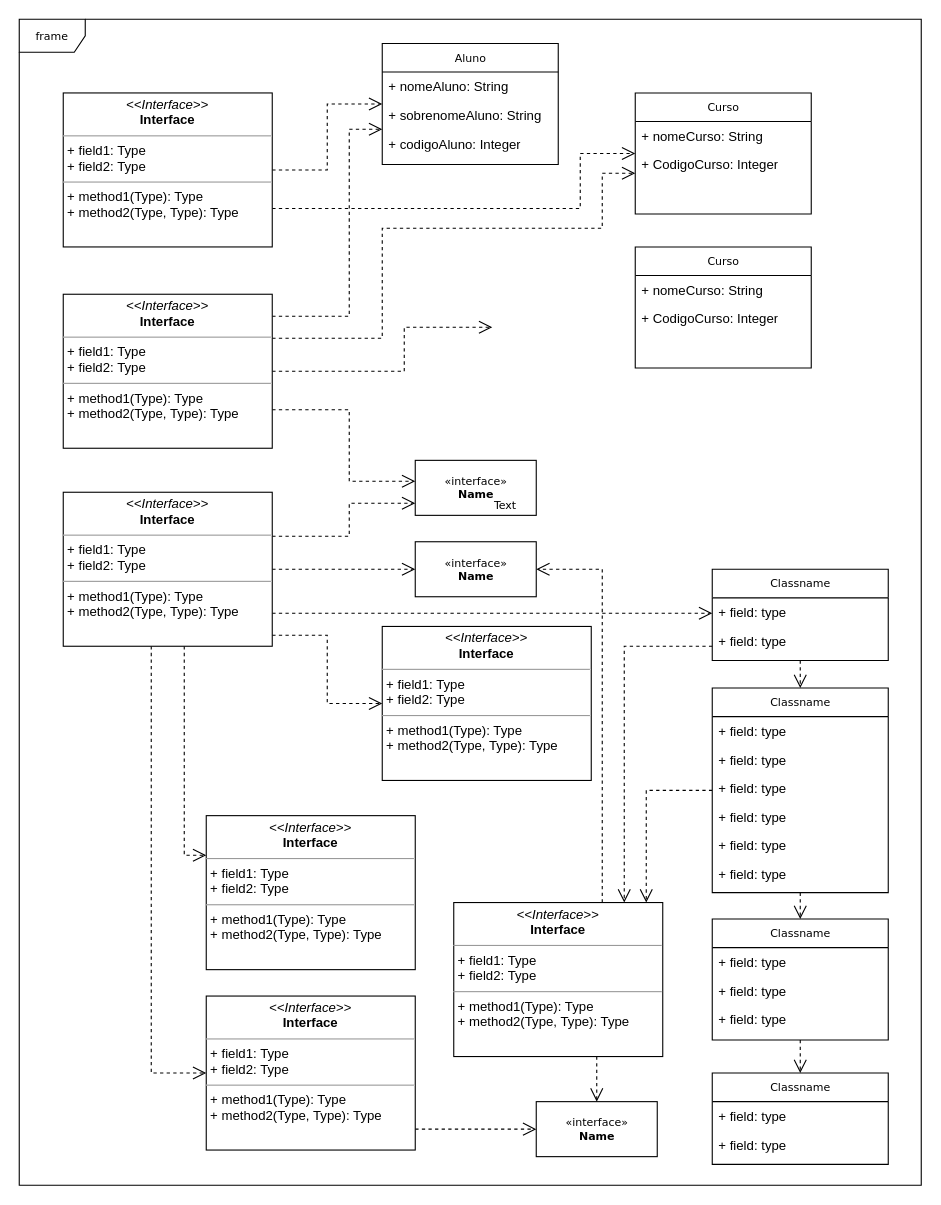
Above: Untitled Diagram.drawio in danilopersilva/aulaKotlin (draw.io), before the change. Source tidied: cells renumbered, new cells numbered last; positions are measured from the earlier drawing's top-left corner, leaving out a move shared by most shapes. Both pictures are drawn from the tidied source at 110%, with x=0, y=0 at pixel (19, 19).
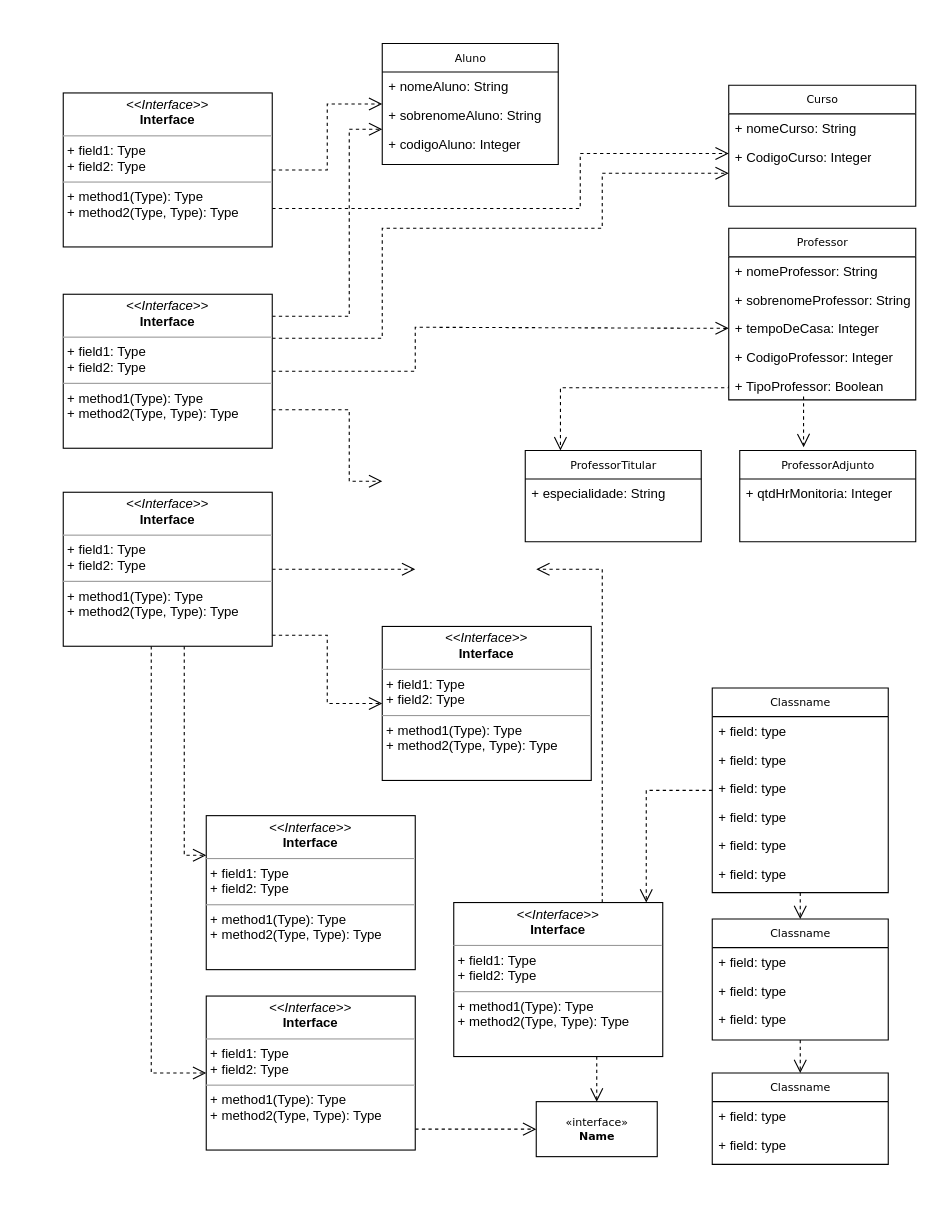
After the change.

Unchanged cells that the change refers to:
```xml
<mxCell id="5" value="Classname" style="swimlane;html=1;fontStyle=0;horizontal=1;startSize=26;fillColor=none;swimlaneFillColor=#ffffff;rounded=0;shadow=0;comic=0;labelBackgroundColor=none;strokeWidth=1;fontFamily=Verdana;fontSize=10;align=center;" parent="1" vertex="1">
  <mxGeometry x="630" y="608" width="160" height="186" as="geometry" />
</mxCell>
<mxCell id="34" value="&lt;p style=&quot;margin:0px;margin-top:4px;text-align:center;&quot;&gt;&lt;i&gt;&amp;lt;&amp;lt;Interface&amp;gt;&amp;gt;&lt;/i&gt;&lt;br/&gt;&lt;b&gt;Interface&lt;/b&gt;&lt;/p&gt;&lt;hr size=&quot;1&quot;/&gt;&lt;p style=&quot;margin:0px;margin-left:4px;&quot;&gt;+ field1: Type&lt;br/&gt;+ field2: Type&lt;/p&gt;&lt;hr size=&quot;1&quot;/&gt;&lt;p style=&quot;margin:0px;margin-left:4px;&quot;&gt;+ method1(Type): Type&lt;br/&gt;+ method2(Type, Type): Type&lt;/p&gt;" style="verticalAlign=top;align=left;overflow=fill;fontSize=12;fontFamily=Helvetica;html=1;rounded=0;shadow=0;comic=0;labelBackgroundColor=none;strokeWidth=1;" parent="1" vertex="1">
  <mxGeometry x="395" y="803" width="190" height="140" as="geometry" />
</mxCell>
<mxCell id="49" value="&lt;p style=&quot;margin:0px;margin-top:4px;text-align:center;&quot;&gt;&lt;i&gt;&amp;lt;&amp;lt;Interface&amp;gt;&amp;gt;&lt;/i&gt;&lt;br/&gt;&lt;b&gt;Interface&lt;/b&gt;&lt;/p&gt;&lt;hr size=&quot;1&quot;/&gt;&lt;p style=&quot;margin:0px;margin-left:4px;&quot;&gt;+ field1: Type&lt;br/&gt;+ field2: Type&lt;/p&gt;&lt;hr size=&quot;1&quot;/&gt;&lt;p style=&quot;margin:0px;margin-left:4px;&quot;&gt;+ method1(Type): Type&lt;br/&gt;+ method2(Type, Type): Type&lt;/p&gt;" style="verticalAlign=top;align=left;overflow=fill;fontSize=12;fontFamily=Helvetica;html=1;rounded=0;shadow=0;comic=0;labelBackgroundColor=none;strokeWidth=1;" parent="1" vertex="1">
  <mxGeometry x="40" y="250" width="190" height="140" as="geometry" />
</mxCell>
<mxCell id="56" value="&lt;p style=&quot;margin:0px;margin-top:4px;text-align:center;&quot;&gt;&lt;i&gt;&amp;lt;&amp;lt;Interface&amp;gt;&amp;gt;&lt;/i&gt;&lt;br/&gt;&lt;b&gt;Interface&lt;/b&gt;&lt;/p&gt;&lt;hr size=&quot;1&quot;/&gt;&lt;p style=&quot;margin:0px;margin-left:4px;&quot;&gt;+ field1: Type&lt;br/&gt;+ field2: Type&lt;/p&gt;&lt;hr size=&quot;1&quot;/&gt;&lt;p style=&quot;margin:0px;margin-left:4px;&quot;&gt;+ method1(Type): Type&lt;br/&gt;+ method2(Type, Type): Type&lt;/p&gt;" style="verticalAlign=top;align=left;overflow=fill;fontSize=12;fontFamily=Helvetica;html=1;rounded=0;shadow=0;comic=0;labelBackgroundColor=none;strokeWidth=1;" parent="1" vertex="1">
  <mxGeometry x="40" y="430" width="190" height="140" as="geometry" />
</mxCell>
```

The edit, as a diff of the source:
```diff
@@
-    <mxCell id="2" value="frame" style="shape=umlFrame;whiteSpace=wrap;html=1;rounded=0;shadow=0;comic=0;labelBackgroundColor=none;strokeWidth=1;fontFamily=Verdana;fontSize=10;align=center;" parent="1" vertex="1">
-      <mxGeometry width="820" height="1060" as="geometry" />
-    </mxCell>
@@
     <mxCell id="16" value="Curso" style="swimlane;html=1;fontStyle=0;horizontal=1;startSize=26;fillColor=none;swimlaneFillColor=#ffffff;rounded=0;shadow=0;comic=0;labelBackgroundColor=none;strokeWidth=1;fontFamily=Verdana;fontSize=10;align=center;" parent="1" vertex="1">
-      <mxGeometry x="560" y="67" width="160" height="110" as="geometry" />
+      <mxGeometry x="645" y="60" width="170" height="110" as="geometry" />
     </mxCell>
     <mxCell id="17" value="+ nomeCurso: String" style="text;html=1;strokeColor=none;fillColor=none;align=left;verticalAlign=top;spacingLeft=4;spacingRight=4;whiteSpace=wrap;overflow=hidden;" parent="16" vertex="1">
-      <mxGeometry y="26" width="160" height="26" as="geometry" />
+      <mxGeometry y="26" width="170" height="26" as="geometry" />
     </mxCell>
     <mxCell id="18" value="+ CodigoCurso: Integer" style="text;html=1;strokeColor=none;fillColor=none;align=left;verticalAlign=top;spacingLeft=4;spacingRight=4;whiteSpace=wrap;overflow=hidden;" parent="16" vertex="1">
-      <mxGeometry y="52" width="160" height="26" as="geometry" />
+      <mxGeometry y="52" width="170" height="26" as="geometry" />
     </mxCell>
@@
-    <mxCell id="27" style="edgeStyle=orthogonalEdgeStyle;rounded=0;html=1;dashed=1;labelBackgroundColor=none;startFill=0;endArrow=open;endFill=0;endSize=10;fontFamily=Verdana;fontSize=10;" parent="1" edge="1" source="28" target="5">
-      <mxGeometry relative="1" as="geometry" />
-    </mxCell>
-    <mxCell id="28" value="Classname" style="swimlane;html=1;fontStyle=0;horizontal=1;startSize=26;fillColor=none;swimlaneFillColor=#ffffff;rounded=0;shadow=0;comic=0;labelBackgroundColor=none;strokeWidth=1;fontFamily=Verdana;fontSize=10;align=center;" parent="1" vertex="1">
-      <mxGeometry x="630" y="500" width="160" height="83" as="geometry" />
+    <mxCell id="28" value="ProfessorAdjunto" style="swimlane;html=1;fontStyle=0;horizontal=1;startSize=26;fillColor=none;swimlaneFillColor=#ffffff;rounded=0;shadow=0;comic=0;labelBackgroundColor=none;strokeWidth=1;fontFamily=Verdana;fontSize=10;align=center;" parent="1" vertex="1">
+      <mxGeometry x="655" y="392" width="160" height="83" as="geometry" />
     </mxCell>
-    <mxCell id="29" value="+ field: type" style="text;html=1;strokeColor=none;fillColor=none;align=left;verticalAlign=top;spacingLeft=4;spacingRight=4;whiteSpace=wrap;overflow=hidden;" parent="28" vertex="1">
-      <mxGeometry y="26" width="160" height="26" as="geometry" />
-    </mxCell>
-    <mxCell id="30" value="+ field: type" style="text;html=1;strokeColor=none;fillColor=none;align=left;verticalAlign=top;spacingLeft=4;spacingRight=4;whiteSpace=wrap;overflow=hidden;" parent="28" vertex="1">
-      <mxGeometry y="52" width="160" height="26" as="geometry" />
+    <mxCell id="30" value="+ qtdHrMonitoria: Integer" style="text;html=1;strokeColor=none;fillColor=none;align=left;verticalAlign=top;spacingLeft=4;spacingRight=4;whiteSpace=wrap;overflow=hidden;" parent="28" vertex="1">
+      <mxGeometry y="26" width="160" height="26" as="geometry" />
     </mxCell>
@@
-    <mxCell id="33" style="edgeStyle=orthogonalEdgeStyle;rounded=0;html=1;dashed=1;labelBackgroundColor=none;startFill=0;endArrow=open;endFill=0;endSize=10;fontFamily=Verdana;fontSize=10;" parent="1" edge="1" source="34" target="39">
+    <mxCell id="33" style="edgeStyle=orthogonalEdgeStyle;rounded=0;html=1;dashed=1;labelBackgroundColor=none;startFill=0;endArrow=open;endFill=0;endSize=10;fontFamily=Verdana;fontSize=10;" parent="1" edge="1" source="34">
       <mxGeometry relative="1" as="geometry">
+        <mxPoint x="470" y="500" as="targetPoint" />
         <Array as="points">
           <mxPoint x="530" y="500" />
         </Array>
       </mxGeometry>
     </mxCell>
@@
-    <mxCell id="39" value="&amp;laquo;interface&amp;raquo;&lt;br&gt;&lt;b&gt;Name&lt;/b&gt;" style="html=1;rounded=0;shadow=0;comic=0;labelBackgroundColor=none;strokeWidth=1;fontFamily=Verdana;fontSize=10;align=center;" parent="1" vertex="1">
-      <mxGeometry x="360" y="475" width="110" height="50" as="geometry" />
-    </mxCell>
-    <mxCell id="40" value="&amp;laquo;interface&amp;raquo;&lt;br&gt;&lt;b&gt;Name&lt;/b&gt;" style="html=1;rounded=0;shadow=0;comic=0;labelBackgroundColor=none;strokeWidth=1;fontFamily=Verdana;fontSize=10;align=center;" parent="1" vertex="1">
-      <mxGeometry x="360" y="401" width="110" height="50" as="geometry" />
-    </mxCell>
-    <mxCell id="41" value="Text" style="text;html=1;align=left;verticalAlign=top;spacingTop=-4;fontSize=10;fontFamily=Verdana;fontColor=#000000;" parent="1" vertex="1">
-      <mxGeometry x="430" y="434" width="40" height="10" as="geometry" />
-    </mxCell>
@@
-    <mxCell id="47" style="edgeStyle=orthogonalEdgeStyle;rounded=0;html=1;dashed=1;labelBackgroundColor=none;startFill=0;endArrow=open;endFill=0;endSize=10;fontFamily=Verdana;fontSize=10;" parent="1" edge="1" source="49">
+    <mxCell id="47" style="edgeStyle=orthogonalEdgeStyle;rounded=0;html=1;dashed=1;labelBackgroundColor=none;startFill=0;endArrow=open;endFill=0;endSize=10;fontFamily=Verdana;fontSize=10;exitX=1;exitY=0.5;exitDx=0;exitDy=0;exitPerimeter=0;entryX=0;entryY=0.5;entryDx=0;entryDy=0;" parent="1" edge="1" source="49" target="62">
       <mxGeometry relative="1" as="geometry">
-        <mxPoint x="430" y="280" as="targetPoint" />
         <Array as="points">
-          <mxPoint x="350" y="320" />
-          <mxPoint x="350" y="280" />
+          <mxPoint x="360" y="320" />
+          <mxPoint x="360" y="280" />
         </Array>
       </mxGeometry>
     </mxCell>
-    <mxCell id="48" style="edgeStyle=orthogonalEdgeStyle;rounded=0;html=1;exitX=1;exitY=0.75;dashed=1;labelBackgroundColor=none;startFill=0;endArrow=open;endFill=0;endSize=10;fontFamily=Verdana;fontSize=10;" parent="1" edge="1" source="49" target="40">
+    <mxCell id="48" style="edgeStyle=orthogonalEdgeStyle;rounded=0;html=1;exitX=1;exitY=0.75;dashed=1;labelBackgroundColor=none;startFill=0;endArrow=open;endFill=0;endSize=10;fontFamily=Verdana;fontSize=10;" parent="1" edge="1" source="49">
       <mxGeometry relative="1" as="geometry">
+        <mxPoint x="330" y="420" as="targetPoint" />
         <Array as="points">
           <mxPoint x="300" y="355" />
           <mxPoint x="300" y="420" />
         </Array>
       </mxGeometry>
     </mxCell>
@@
-    <mxCell id="50" style="edgeStyle=orthogonalEdgeStyle;rounded=0;html=1;dashed=1;labelBackgroundColor=none;startFill=0;endArrow=open;endFill=0;endSize=10;fontFamily=Verdana;fontSize=10;" parent="1" edge="1" source="56" target="40">
+    <mxCell id="50" style="edgeStyle=orthogonalEdgeStyle;rounded=0;html=1;dashed=1;labelBackgroundColor=none;startFill=0;endArrow=open;endFill=0;endSize=10;fontFamily=Verdana;fontSize=10;entryX=0.2;entryY=0;entryDx=0;entryDy=0;entryPerimeter=0;exitX=0;exitY=0.5;exitDx=0;exitDy=0;" parent="1" edge="1" source="63" target="64">
       <mxGeometry relative="1" as="geometry">
         <Array as="points">
-          <mxPoint x="300" y="470" />
-          <mxPoint x="300" y="440" />
+          <mxPoint x="645" y="335" />
+          <mxPoint x="492" y="335" />
         </Array>
       </mxGeometry>
     </mxCell>
-    <mxCell id="51" style="edgeStyle=orthogonalEdgeStyle;rounded=0;html=1;dashed=1;labelBackgroundColor=none;startFill=0;endArrow=open;endFill=0;endSize=10;fontFamily=Verdana;fontSize=10;" parent="1" edge="1" source="56" target="39">
-      <mxGeometry relative="1" as="geometry" />
+    <mxCell id="51" style="edgeStyle=orthogonalEdgeStyle;rounded=0;html=1;dashed=1;labelBackgroundColor=none;startFill=0;endArrow=open;endFill=0;endSize=10;fontFamily=Verdana;fontSize=10;" parent="1" edge="1" source="56">
+      <mxGeometry relative="1" as="geometry">
+        <mxPoint x="360" y="500" as="targetPoint" />
+      </mxGeometry>
     </mxCell>
@@
-    <mxCell id="53" style="edgeStyle=orthogonalEdgeStyle;rounded=0;html=1;dashed=1;labelBackgroundColor=none;startFill=0;endArrow=open;endFill=0;endSize=10;fontFamily=Verdana;fontSize=10;" parent="1" edge="1" source="56" target="28">
-      <mxGeometry relative="1" as="geometry">
-        <Array as="points">
-          <mxPoint x="330" y="540" />
-          <mxPoint x="330" y="540" />
-        </Array>
-      </mxGeometry>
-    </mxCell>
@@
-    <mxCell id="57" style="edgeStyle=orthogonalEdgeStyle;rounded=0;html=1;dashed=1;labelBackgroundColor=none;startFill=0;endArrow=open;endFill=0;endSize=10;fontFamily=Verdana;fontSize=10;" parent="1" edge="1" source="28" target="34">
-      <mxGeometry relative="1" as="geometry">
-        <Array as="points">
-          <mxPoint x="550" y="570" />
-        </Array>
-      </mxGeometry>
-    </mxCell>
-    <mxCell id="58" value="Curso" style="swimlane;html=1;fontStyle=0;horizontal=1;startSize=26;fillColor=none;swimlaneFillColor=#ffffff;rounded=0;shadow=0;comic=0;labelBackgroundColor=none;strokeWidth=1;fontFamily=Verdana;fontSize=10;align=center;" parent="1" vertex="1">
-      <mxGeometry x="560" y="207" width="160" height="110" as="geometry" />
+    <mxCell id="58" value="Professor" style="swimlane;html=1;fontStyle=0;horizontal=1;startSize=26;fillColor=none;swimlaneFillColor=#ffffff;rounded=0;shadow=0;comic=0;labelBackgroundColor=none;strokeWidth=1;fontFamily=Verdana;fontSize=10;align=center;" parent="1" vertex="1">
+      <mxGeometry x="645" y="190" width="170" height="156" as="geometry" />
     </mxCell>
-    <mxCell id="59" value="+ nomeCurso: String" style="text;html=1;strokeColor=none;fillColor=none;align=left;verticalAlign=top;spacingLeft=4;spacingRight=4;whiteSpace=wrap;overflow=hidden;" parent="58" vertex="1">
-      <mxGeometry y="26" width="160" height="26" as="geometry" />
+    <mxCell id="59" value="+ nomeProfessor: String" style="text;html=1;strokeColor=none;fillColor=none;align=left;verticalAlign=top;spacingLeft=4;spacingRight=4;whiteSpace=wrap;overflow=hidden;" parent="58" vertex="1">
+      <mxGeometry y="26" width="170" height="26" as="geometry" />
     </mxCell>
+    <mxCell id="61" value="+ sobrenomeProfessor: String" style="text;html=1;strokeColor=none;fillColor=none;align=left;verticalAlign=top;spacingLeft=4;spacingRight=4;whiteSpace=wrap;overflow=hidden;" parent="58" vertex="1">
+      <mxGeometry y="52" width="170" height="26" as="geometry" />
+    </mxCell>
+    <mxCell id="62" value="+ tempoDeCasa: Integer" style="text;html=1;strokeColor=none;fillColor=none;align=left;verticalAlign=top;spacingLeft=4;spacingRight=4;whiteSpace=wrap;overflow=hidden;points=[[0,0.5],[1,0.5]];portConstraint=eastwest;" parent="58" vertex="1">
+      <mxGeometry y="78" width="170" height="26" as="geometry" />
+    </mxCell>
-    <mxCell id="60" value="+ CodigoCurso: Integer" style="text;html=1;strokeColor=none;fillColor=none;align=left;verticalAlign=top;spacingLeft=4;spacingRight=4;whiteSpace=wrap;overflow=hidden;" parent="58" vertex="1">
-      <mxGeometry y="52" width="160" height="26" as="geometry" />
+    <mxCell id="60" value="+ CodigoProfessor: Integer" style="text;html=1;strokeColor=none;fillColor=none;align=left;verticalAlign=top;spacingLeft=4;spacingRight=4;whiteSpace=wrap;overflow=hidden;" parent="58" vertex="1">
+      <mxGeometry y="104" width="170" height="26" as="geometry" />
     </mxCell>
+    <mxCell id="63" value="+ TipoProfessor: Boolean" style="text;html=1;strokeColor=none;fillColor=none;align=left;verticalAlign=top;spacingLeft=4;spacingRight=4;whiteSpace=wrap;overflow=hidden;points=[[0,0.5],[1,0.5]];portConstraint=eastwest;" parent="58" vertex="1">
+      <mxGeometry y="130" width="170" height="26" as="geometry" />
+    </mxCell>
+    <mxCell id="64" value="ProfessorTitular" style="swimlane;html=1;fontStyle=0;horizontal=1;startSize=26;fillColor=none;swimlaneFillColor=#ffffff;rounded=0;shadow=0;comic=0;labelBackgroundColor=none;strokeWidth=1;fontFamily=Verdana;fontSize=10;align=center;" parent="1" vertex="1">
+      <mxGeometry x="460" y="392" width="160" height="83" as="geometry" />
+    </mxCell>
+    <mxCell id="65" value="+ especialidade: String" style="text;html=1;strokeColor=none;fillColor=none;align=left;verticalAlign=top;spacingLeft=4;spacingRight=4;whiteSpace=wrap;overflow=hidden;" parent="64" vertex="1">
+      <mxGeometry y="26" width="160" height="26" as="geometry" />
+    </mxCell>
+    <mxCell id="66" style="edgeStyle=orthogonalEdgeStyle;rounded=0;html=1;dashed=1;labelBackgroundColor=none;startFill=0;endArrow=open;endFill=0;endSize=10;fontFamily=Verdana;fontSize=10;entryX=0.363;entryY=-0.036;entryDx=0;entryDy=0;entryPerimeter=0;" parent="1" edge="1" target="28">
+      <mxGeometry relative="1" as="geometry">
+        <mxPoint x="713" y="343" as="sourcePoint" />
+        <Array as="points">
+          <mxPoint x="713" y="380" />
+          <mxPoint x="713" y="380" />
+        </Array>
+      </mxGeometry>
+    </mxCell>
```
